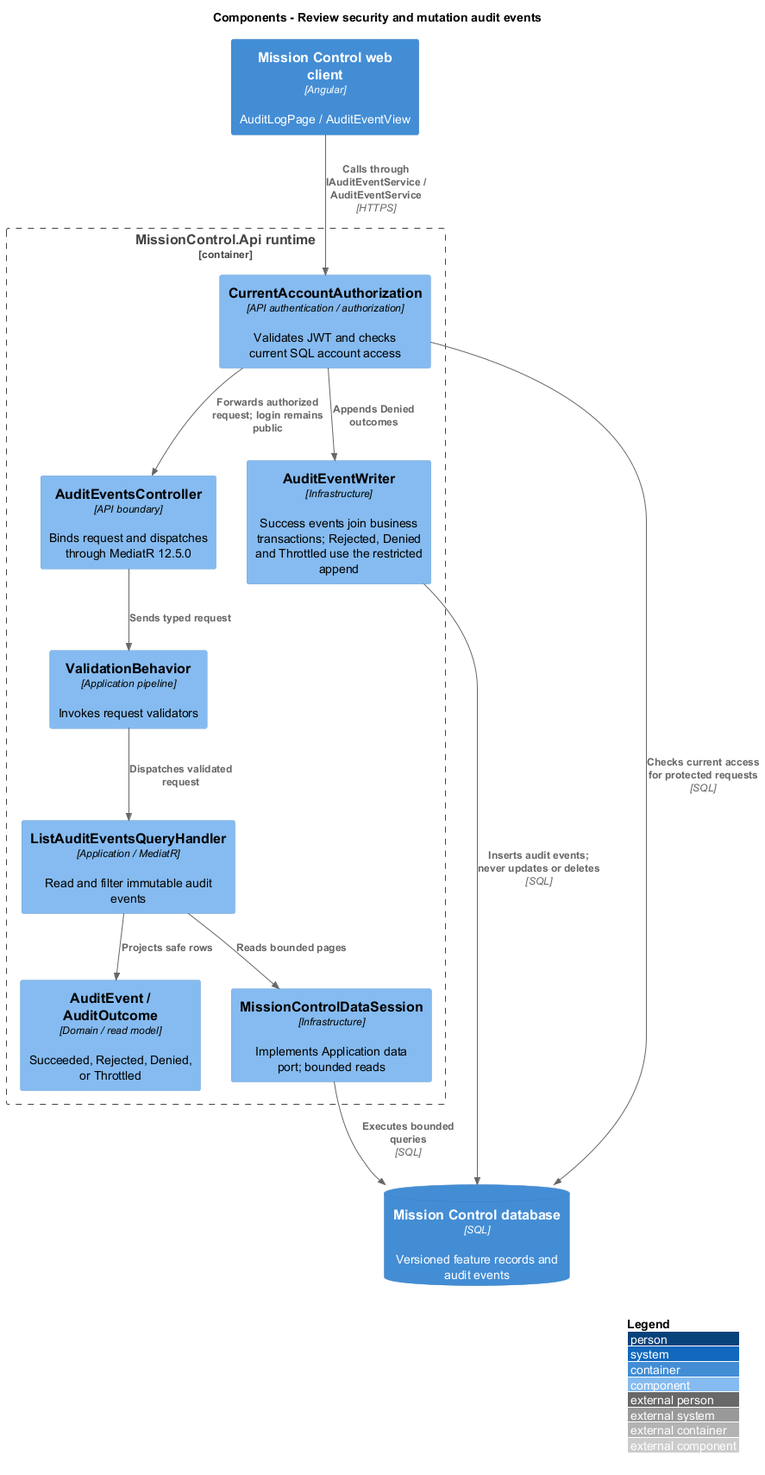
Before: docs/detailed-designs/identity/review-audit-events/diagrams/c4-component.png, a diagram exported from PlantUML (QuinntyneBrown/mission-control).
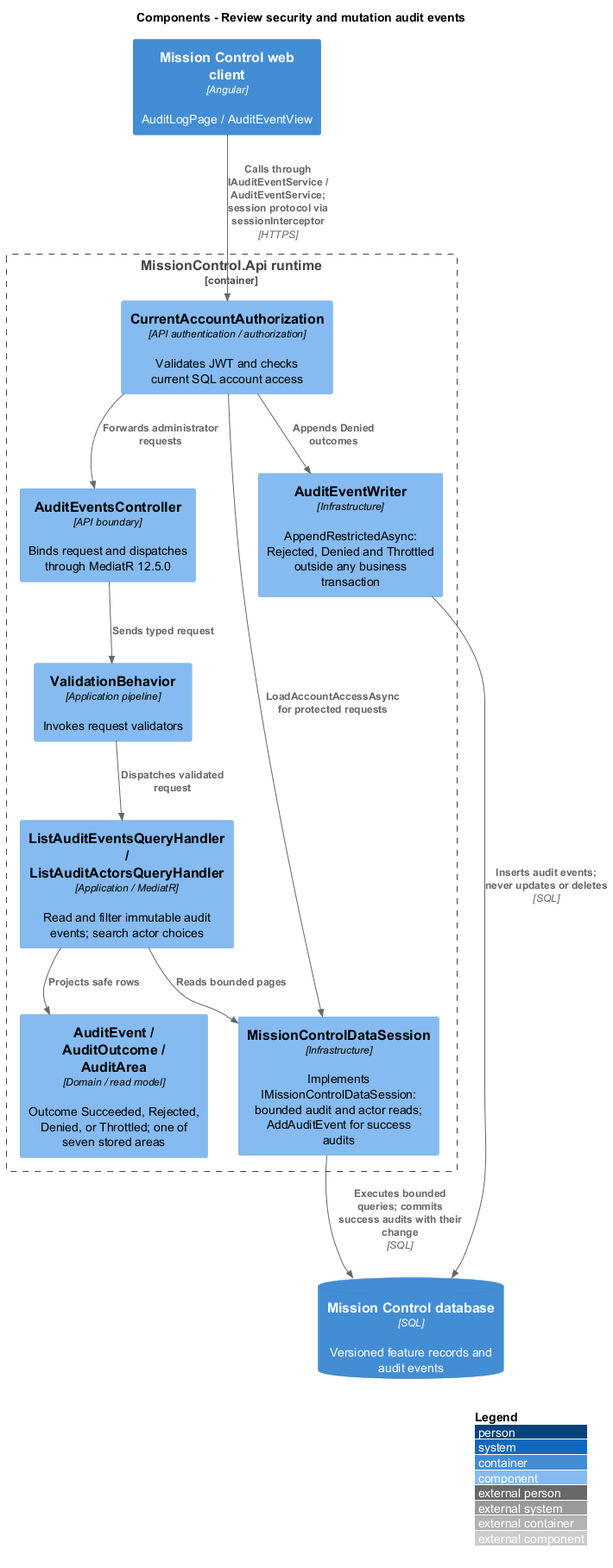
After the change.

What changed in the source:
```diff
@@ -8,19 +8,19 @@
   Component(ctrl, "AuditEventsController", "API boundary", "Binds request and dispatches through MediatR 12.5.0")
   Component(access, "CurrentAccountAuthorization", "API authentication / authorization", "Validates JWT and checks current SQL account access")
   Component(validation, "ValidationBehavior", "Application pipeline", "Invokes request validators")
-  Component(entity, "AuditEvent / AuditOutcome", "Domain / read model", "Succeeded, Rejected, Denied, or Throttled")
-  Component(store, "MissionControlDataSession", "Infrastructure", "Implements Application data port; bounded reads")
-  Component(writer, "AuditEventWriter", "Infrastructure", "Success events join business transactions; Rejected, Denied and Throttled use the restricted append")
-Rel(web, access, "Calls through IAuditEventService / AuditEventService", "HTTPS")
-Rel(access, db, "Checks current access for protected requests", "SQL")
+  Component(entity, "AuditEvent / AuditOutcome / AuditArea", "Domain / read model", "Outcome Succeeded, Rejected, Denied, or Throttled; one of seven stored areas")
+  Component(store, "MissionControlDataSession", "Infrastructure", "Implements IMissionControlDataSession: bounded audit and actor reads; AddAuditEvent for success audits")
+  Component(writer, "AuditEventWriter", "Infrastructure", "AppendRestrictedAsync: Rejected, Denied and Throttled outside any business transaction")
+Rel(web, access, "Calls through IAuditEventService / AuditEventService; session protocol via sessionInterceptor", "HTTPS")
+Rel(access, store, "LoadAccountAccessAsync for protected requests")
 Rel(access, writer, "Appends Denied outcomes")
-Rel(access, ctrl, "Forwards authorized request; login remains public")
+Rel(access, ctrl, "Forwards administrator requests")
 Rel(ctrl, validation, "Sends typed request")
-Component(h0, "ListAuditEventsQueryHandler", "Application / MediatR", "Read and filter immutable audit events")
+Component(h0, "ListAuditEventsQueryHandler / ListAuditActorsQueryHandler", "Application / MediatR", "Read and filter immutable audit events; search actor choices")
 Rel(validation, h0, "Dispatches validated request")
 Rel(h0, entity, "Projects safe rows")
 Rel(h0, store, "Reads bounded pages")
 }
-Rel(store, db, "Executes bounded queries", "SQL")
+Rel(store, db, "Executes bounded queries; commits success audits with their change", "SQL")
 Rel(writer, db, "Inserts audit events; never updates or deletes", "SQL")
 @enduml
```
